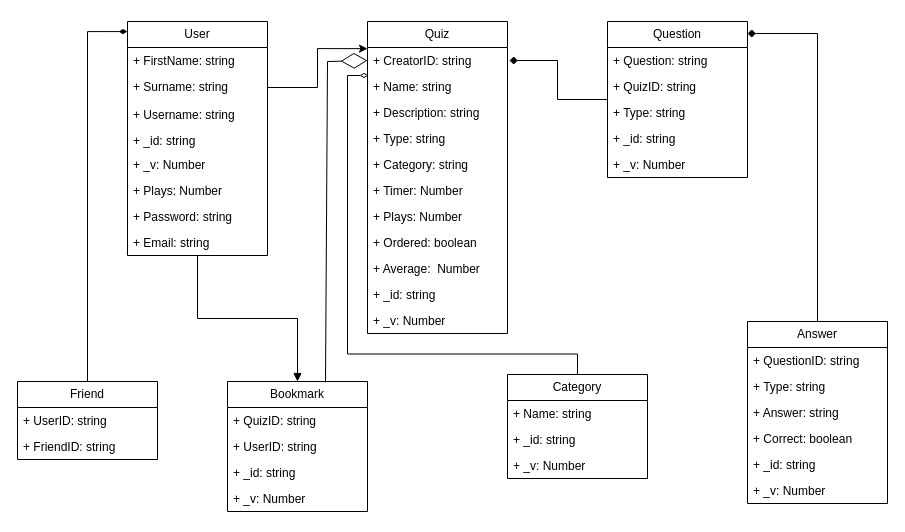
The draw.io diagram views/Untitled Diagram.drawio in AksharNana/QuizPlatform-Docs, before the edit. Source tidied: cells renumbered, new cells numbered last; positions are measured from the earlier drawing's top-left corner, leaving out a move shared by most shapes. Both pictures are drawn from the tidied source at 100%, with x=0, y=0 at pixel (17, 21).
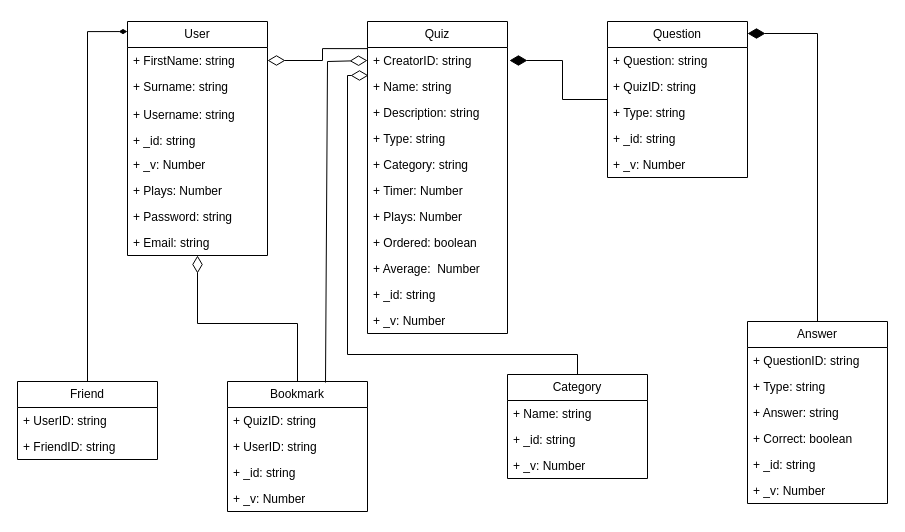
The same diagram, later.

The change refers to these unchanged cells:
```xml
<mxCell id="3" value="User" style="swimlane;fontStyle=0;horizontal=1;startSize=26;fillColor=none;whiteSpace=wrap;html=1;" parent="1" vertex="1">
  <mxGeometry x="110" width="140" height="234" as="geometry" />
</mxCell>
<mxCell id="4" value="+ FirstName: string" style="text;strokeColor=none;fillColor=none;align=left;verticalAlign=top;spacingLeft=4;spacingRight=4;overflow=hidden;points=[[0,0.5],[1,0.5]];portConstraint=eastwest;whiteSpace=wrap;html=1;" parent="3" vertex="1">
  <mxGeometry y="26" width="140" height="26" as="geometry" />
</mxCell>
<mxCell id="5" value="+ Surname: string" style="text;strokeColor=none;fillColor=none;align=left;verticalAlign=top;spacingLeft=4;spacingRight=4;overflow=hidden;points=[[0,0.5],[1,0.5]];portConstraint=eastwest;whiteSpace=wrap;html=1;" parent="3" vertex="1">
  <mxGeometry y="52" width="140" height="28" as="geometry" />
</mxCell>
<mxCell id="12" value="Quiz" style="swimlane;fontStyle=0;horizontal=1;startSize=26;fillColor=none;whiteSpace=wrap;html=1;" parent="1" vertex="1">
  <mxGeometry x="350" width="140" height="312" as="geometry" />
</mxCell>
<mxCell id="13" value="+ CreatorID: string" style="text;strokeColor=none;fillColor=none;align=left;verticalAlign=top;spacingLeft=4;spacingRight=4;overflow=hidden;points=[[0,0.5],[1,0.5]];portConstraint=eastwest;whiteSpace=wrap;html=1;" parent="12" vertex="1">
  <mxGeometry y="26" width="140" height="26" as="geometry" />
</mxCell>
<mxCell id="25" value="Question" style="swimlane;fontStyle=0;horizontal=1;startSize=26;fillColor=none;whiteSpace=wrap;html=1;" parent="1" vertex="1">
  <mxGeometry x="590" width="140" height="156" as="geometry" />
</mxCell>
<mxCell id="32" value="Answer" style="swimlane;fontStyle=0;horizontal=1;startSize=26;fillColor=none;whiteSpace=wrap;html=1;" parent="1" vertex="1">
  <mxGeometry x="730" y="300" width="140" height="182" as="geometry" />
</mxCell>
<mxCell id="40" value="Category" style="swimlane;fontStyle=0;horizontal=1;startSize=26;fillColor=none;whiteSpace=wrap;html=1;" parent="1" vertex="1">
  <mxGeometry x="490" y="353" width="140" height="104" as="geometry" />
</mxCell>
<mxCell id="44" value="Bookmark" style="swimlane;fontStyle=0;horizontal=1;startSize=26;fillColor=none;whiteSpace=wrap;html=1;" parent="1" vertex="1">
  <mxGeometry x="210" y="360" width="140" height="130" as="geometry" />
</mxCell>
```

The edit, as a diff of the source:
```diff
@@
-    <mxCell id="2" style="edgeStyle=orthogonalEdgeStyle;rounded=0;jettySize=auto;html=1;entryX=0.5;entryY=0;entryDx=0;entryDy=0;endArrow=block;endFill=1;" parent="1" edge="1" source="3" target="44">
+    <mxCell id="2" style="edgeStyle=orthogonalEdgeStyle;rounded=0;jettySize=auto;html=1;entryX=0.5;entryY=0;entryDx=0;entryDy=0;endArrow=none;endFill=0;startArrow=diamondThin;startFill=0;startSize=15;" parent="1" edge="1" source="3" target="44">
       <mxGeometry relative="1" as="geometry" />
     </mxCell>
@@
-    <mxCell id="24" style="edgeStyle=orthogonalEdgeStyle;rounded=0;jettySize=auto;html=1;entryX=1.014;entryY=0.125;entryDx=0;entryDy=0;entryPerimeter=0;endArrow=diamond;endFill=1;" parent="1" edge="1" source="25" target="12">
+    <mxCell id="24" style="edgeStyle=orthogonalEdgeStyle;rounded=0;jettySize=auto;html=1;entryX=1.014;entryY=0.125;entryDx=0;entryDy=0;entryPerimeter=0;endArrow=diamondThin;endFill=1;endSize=15;" parent="1" edge="1" source="25" target="12">
       <mxGeometry relative="1" as="geometry" />
     </mxCell>
@@
-    <mxCell id="31" style="edgeStyle=orthogonalEdgeStyle;rounded=0;jettySize=auto;html=1;entryX=1;entryY=0.077;entryDx=0;entryDy=0;entryPerimeter=0;endArrow=diamond;endFill=1;" parent="1" edge="1" source="32" target="25">
+    <mxCell id="31" style="edgeStyle=orthogonalEdgeStyle;rounded=0;jettySize=auto;html=1;entryX=1;entryY=0.077;entryDx=0;entryDy=0;entryPerimeter=0;endArrow=diamondThin;endFill=1;endSize=15;" parent="1" edge="1" source="32" target="25">
       <mxGeometry relative="1" as="geometry" />
     </mxCell>
@@
-    <mxCell id="39" style="edgeStyle=orthogonalEdgeStyle;rounded=0;jettySize=auto;html=1;entryX=0.007;entryY=0.173;entryDx=0;entryDy=0;entryPerimeter=0;endArrow=diamondThin;endFill=0;" parent="1" edge="1" source="40" target="12">
-      <mxGeometry relative="1" as="geometry" />
+    <mxCell id="39" style="edgeStyle=orthogonalEdgeStyle;rounded=0;jettySize=auto;html=1;entryX=0.007;entryY=0.173;entryDx=0;entryDy=0;entryPerimeter=0;endArrow=diamondThin;endFill=0;endSize=15;" parent="1" edge="1" source="40" target="12">
+      <mxGeometry relative="1" as="geometry">
+        <Array as="points">
+          <mxPoint x="560" y="333" />
+          <mxPoint x="330" y="333" />
+          <mxPoint x="330" y="54" />
+        </Array>
+      </mxGeometry>
     </mxCell>
@@
-    <mxCell id="49" style="edgeStyle=orthogonalEdgeStyle;rounded=0;jettySize=auto;html=1;exitX=1;exitY=0.5;exitDx=0;exitDy=0;entryX=0;entryY=0.087;entryDx=0;entryDy=0;entryPerimeter=0;" parent="1" edge="1" source="5" target="12">
+    <mxCell id="49" style="edgeStyle=orthogonalEdgeStyle;rounded=0;jettySize=auto;html=1;exitX=1;exitY=0.5;exitDx=0;exitDy=0;entryX=0;entryY=0.087;entryDx=0;entryDy=0;entryPerimeter=0;endArrow=none;endFill=0;startArrow=diamondThin;startFill=0;endSize=6;startSize=15;" parent="1" edge="1" source="4" target="12">
       <mxGeometry relative="1" as="geometry" />
     </mxCell>
@@
-    <mxCell id="54" style="endArrow=diamondThin;endFill=0;endSize=24;html=1;rounded=0;exitX=0.7;exitY=0.008;exitDx=0;exitDy=0;exitPerimeter=0;entryX=0;entryY=0.5;entryDx=0;entryDy=0;" parent="1" edge="1" source="44" target="13">
+    <mxCell id="54" style="endArrow=diamondThin;endFill=0;endSize=15;html=1;rounded=0;exitX=0.7;exitY=0.008;exitDx=0;exitDy=0;exitPerimeter=0;entryX=0;entryY=0.5;entryDx=0;entryDy=0;" parent="1" edge="1" source="44" target="13">
       <mxGeometry relative="1" as="geometry">
         <Array as="points">
           <mxPoint x="310" y="40" />
         </Array>
       </mxGeometry>
     </mxCell>
```
